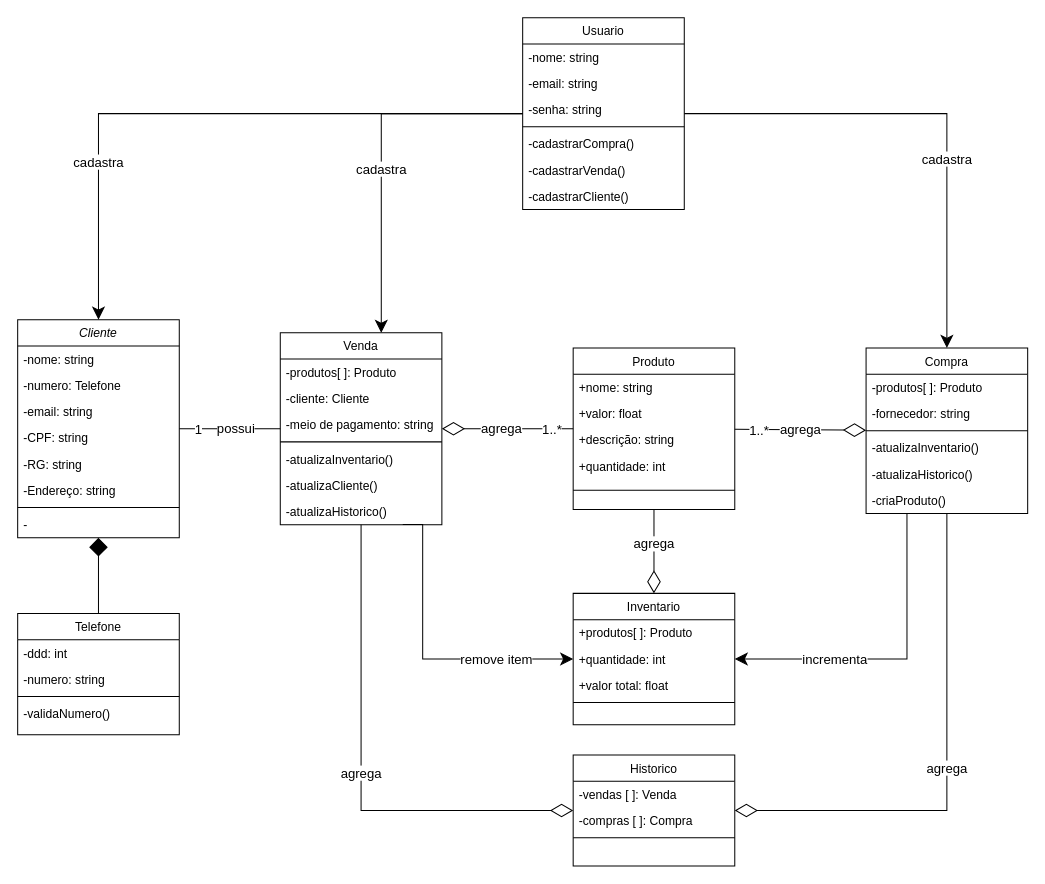
Earlier version of the draw.io diagram docs/Diagrama_de_classes.drawio (vnsrz/MDS-Flux). Source tidied: cells renumbered, new cells numbered last; positions are measured from the earlier drawing's top-left corner, leaving out a move shared by most shapes. Both pictures are drawn from the tidied source at 101%, with x=0, y=0 at pixel (17, 17).
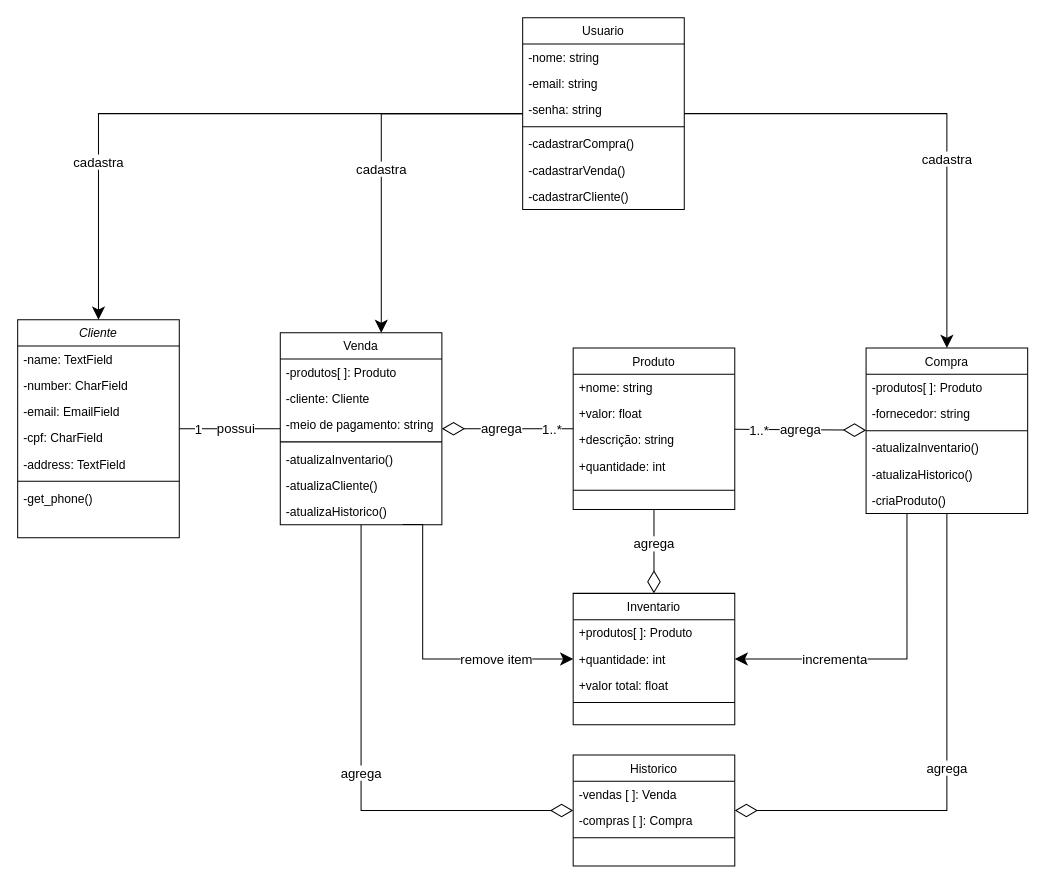
The same page after the edit.

The change refers to these unchanged cells:
```xml
<mxCell id="4" value="Cliente" style="swimlane;fontStyle=2;align=center;verticalAlign=top;horizontal=1;startSize=26;rounded=0;shadow=0;strokeWidth=1;" parent="1" vertex="1">
  <mxGeometry y="299" width="160" height="216" as="geometry" />
</mxCell>
```

Diff of the diagram source:
```diff
@@
-    <mxCell id="5" value="-nome: string" style="text;align=left;verticalAlign=top;spacingLeft=4;spacingRight=4;overflow=hidden;" parent="4" vertex="1">
+    <mxCell id="5" value="-name: TextField" style="text;align=left;verticalAlign=top;spacingLeft=4;spacingRight=4;overflow=hidden;" parent="4" vertex="1">
       <mxGeometry y="26" width="160" height="26" as="geometry" />
     </mxCell>
-    <mxCell id="6" value="-numero: Telefone" style="text;align=left;verticalAlign=top;spacingLeft=4;spacingRight=4;overflow=hidden;rounded=0;shadow=0;html=0;" parent="4" vertex="1">
+    <mxCell id="6" value="-number: CharField" style="text;align=left;verticalAlign=top;spacingLeft=4;spacingRight=4;overflow=hidden;rounded=0;shadow=0;html=0;" parent="4" vertex="1">
       <mxGeometry y="52" width="160" height="26" as="geometry" />
     </mxCell>
-    <mxCell id="7" value="-email: string" style="text;align=left;verticalAlign=top;spacingLeft=4;spacingRight=4;overflow=hidden;rounded=0;shadow=0;html=0;" parent="4" vertex="1">
+    <mxCell id="7" value="-email: EmailField" style="text;align=left;verticalAlign=top;spacingLeft=4;spacingRight=4;overflow=hidden;rounded=0;shadow=0;html=0;" parent="4" vertex="1">
       <mxGeometry y="78" width="160" height="26" as="geometry" />
     </mxCell>
-    <mxCell id="8" value="-CPF: string" style="text;align=left;verticalAlign=top;spacingLeft=4;spacingRight=4;overflow=hidden;rounded=0;shadow=0;html=0;" parent="4" vertex="1">
+    <mxCell id="8" value="-cpf: CharField" style="text;align=left;verticalAlign=top;spacingLeft=4;spacingRight=4;overflow=hidden;rounded=0;shadow=0;html=0;" parent="4" vertex="1">
       <mxGeometry y="104" width="160" height="26" as="geometry" />
     </mxCell>
-    <mxCell id="9" value="-RG: string" style="text;align=left;verticalAlign=top;spacingLeft=4;spacingRight=4;overflow=hidden;rounded=0;shadow=0;html=0;" parent="4" vertex="1">
-      <mxGeometry y="130" width="160" height="26" as="geometry" />
-    </mxCell>
-    <mxCell id="10" value="-Endereço: string" style="text;align=left;verticalAlign=top;spacingLeft=4;spacingRight=4;overflow=hidden;rounded=0;shadow=0;html=0;" parent="4" vertex="1">
-      <mxGeometry y="156" width="160" height="26" as="geometry" />
+    <mxCell id="10" value="-address: TextField" style="text;align=left;verticalAlign=top;spacingLeft=4;spacingRight=4;overflow=hidden;rounded=0;shadow=0;html=0;" parent="4" vertex="1">
+      <mxGeometry y="130" width="160" height="26" as="geometry" />
     </mxCell>
     <mxCell id="11" style="line;html=1;strokeWidth=1;align=left;verticalAlign=middle;spacingTop=-1;spacingLeft=3;spacingRight=3;labelPosition=right;" parent="4" vertex="1">
-      <mxGeometry y="182" width="160" height="8" as="geometry" />
+      <mxGeometry y="156" width="160" height="8" as="geometry" />
     </mxCell>
-    <mxCell id="12" value="-" style="text;align=left;verticalAlign=top;spacingLeft=4;spacingRight=4;overflow=hidden;" parent="4" vertex="1">
-      <mxGeometry y="190" width="160" height="26" as="geometry" />
+    <mxCell id="12" value="-get_phone()" style="text;align=left;verticalAlign=top;spacingLeft=4;spacingRight=4;overflow=hidden;" parent="4" vertex="1">
+      <mxGeometry y="164" width="160" height="26" as="geometry" />
     </mxCell>
@@
-    <mxCell id="63" style="edgeStyle=orthogonalEdgeStyle;rounded=0;jettySize=auto;html=1;fontSize=13;startArrow=none;startFill=0;endArrow=diamond;endFill=1;startSize=10;endSize=16;" parent="1" edge="1" source="64" target="4">
-      <mxGeometry relative="1" as="geometry" />
-    </mxCell>
-    <mxCell id="64" value="Telefone" style="swimlane;fontStyle=0;align=center;verticalAlign=top;horizontal=1;startSize=26;rounded=0;shadow=0;strokeWidth=1;" parent="1" vertex="1">
-      <mxGeometry y="590" width="160" height="120" as="geometry" />
-    </mxCell>
-    <mxCell id="65" value="-ddd: int" style="text;align=left;verticalAlign=top;spacingLeft=4;spacingRight=4;overflow=hidden;" parent="64" vertex="1">
-      <mxGeometry y="26" width="160" height="26" as="geometry" />
-    </mxCell>
-    <mxCell id="66" value="-numero: string" style="text;align=left;verticalAlign=top;spacingLeft=4;spacingRight=4;overflow=hidden;rounded=0;shadow=0;html=0;" parent="64" vertex="1">
-      <mxGeometry y="52" width="160" height="26" as="geometry" />
-    </mxCell>
-    <mxCell id="67" style="line;html=1;strokeWidth=1;align=left;verticalAlign=middle;spacingTop=-1;spacingLeft=3;spacingRight=3;labelPosition=right;" parent="64" vertex="1">
-      <mxGeometry y="78" width="160" height="8" as="geometry" />
-    </mxCell>
-    <mxCell id="68" value="-validaNumero()" style="text;align=left;verticalAlign=top;spacingLeft=4;spacingRight=4;overflow=hidden;" parent="64" vertex="1">
-      <mxGeometry y="86" width="160" height="26" as="geometry" />
-    </mxCell>
```
